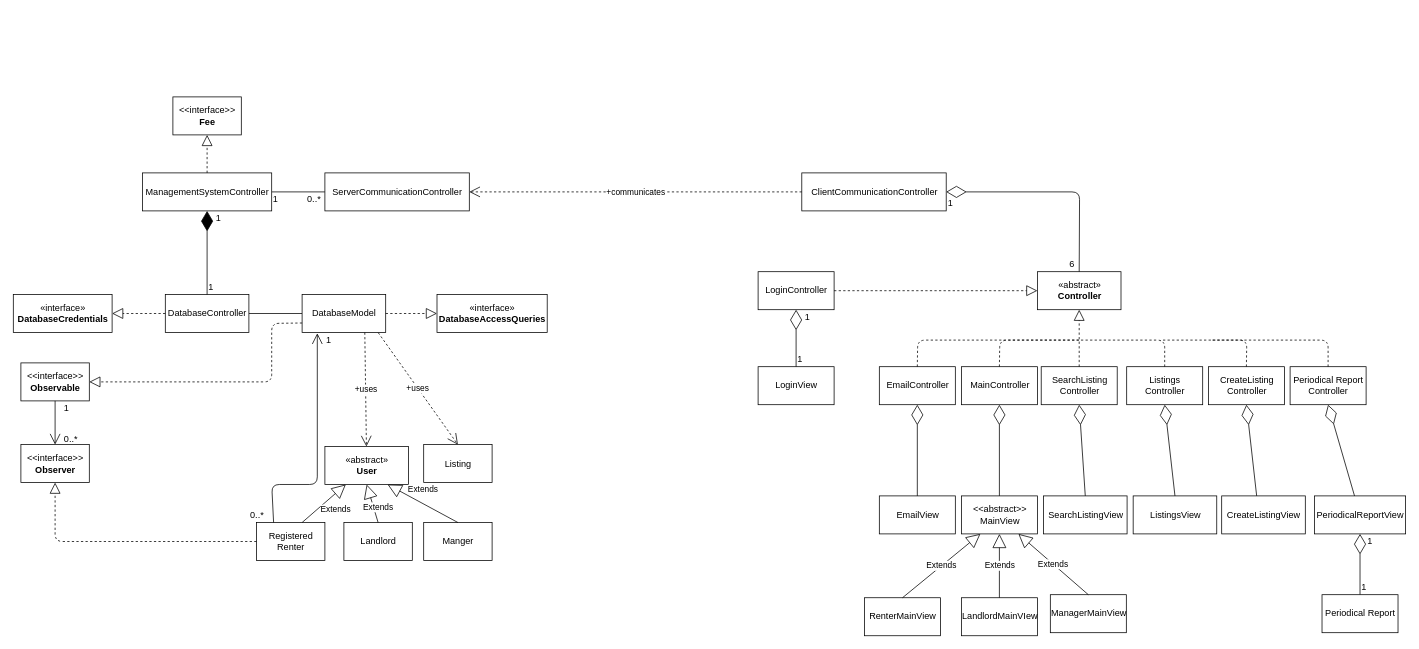
ryan-holt/ENSF480FinalProject keeps this draw.io diagram as RelationshipsUMLDiagram.drawio. Above is the earlier version. Source tidied: cells renumbered, new cells numbered last; positions are measured from the earlier drawing's top-left corner, leaving out a move shared by most shapes. Both pictures are drawn from the tidied source at 76%, with x=0, y=0 at pixel (13, 97).
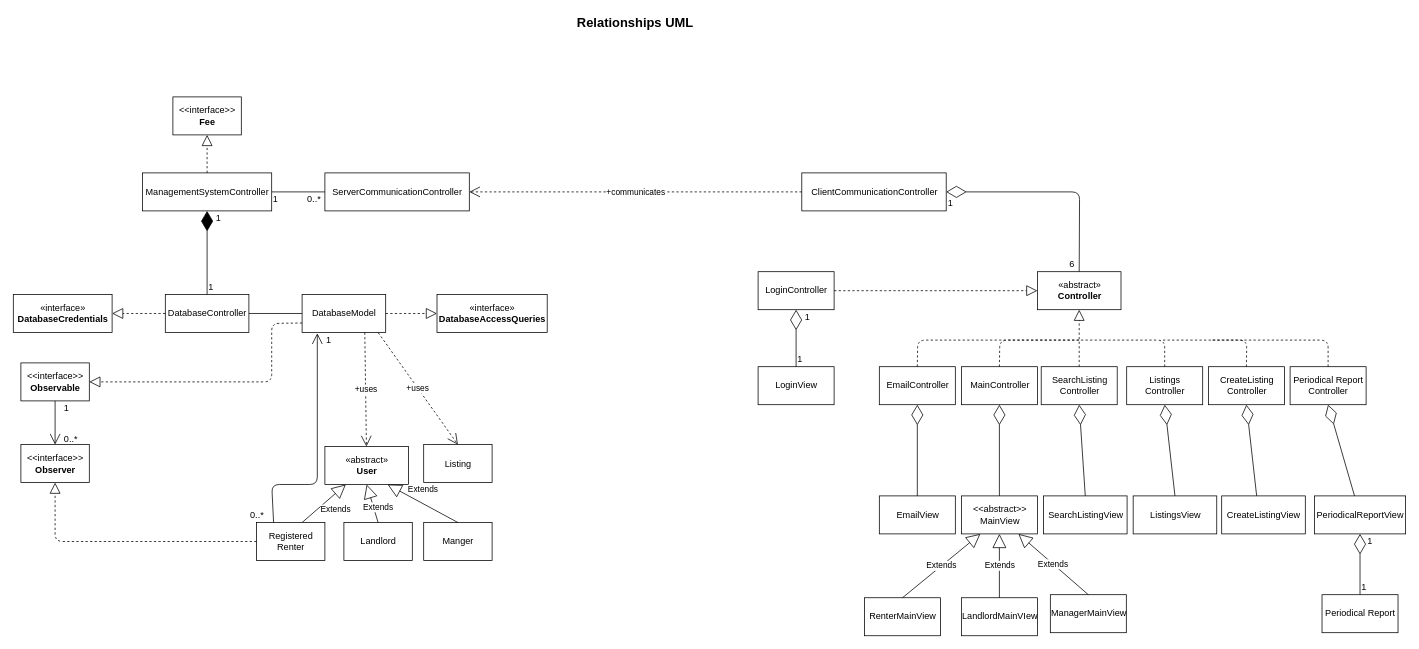
After the change.

The edit, as a diff of the source:
```diff
@@
+    <mxCell id="85" value="&lt;font style=&quot;font-size: 17px&quot;&gt;&lt;b&gt;Relationships UML&lt;/b&gt;&lt;/font&gt;" style="text;html=1;align=left;verticalAlign=top;spacingTop=-4;" parent="1" vertex="1">
+      <mxGeometry x="740" y="-110" width="170" height="20" as="geometry" />
+    </mxCell>
```
